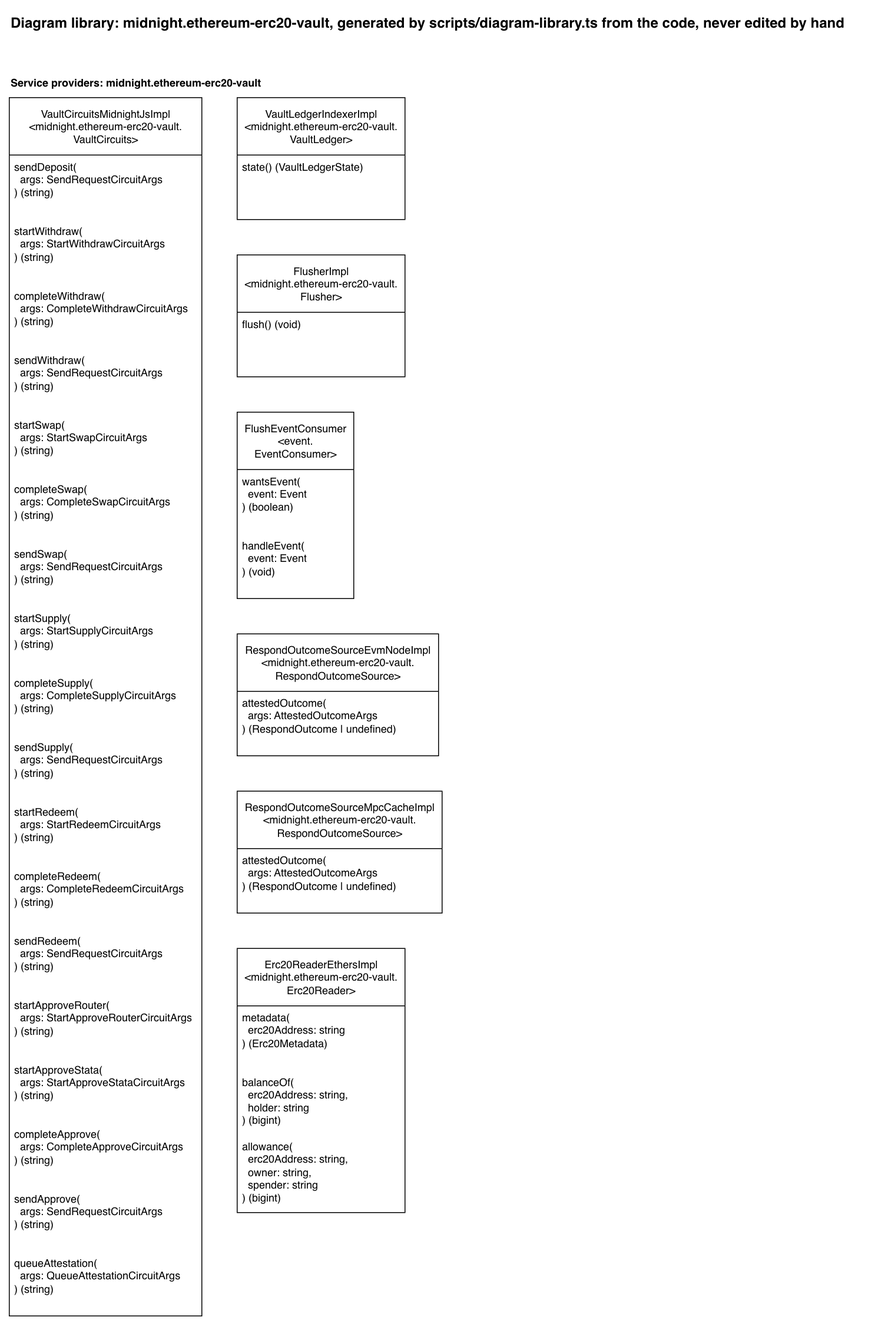
Before: docs/diagram-library/midnight/ethereum-erc20-vault/diagram-library.drawio.png, a diagram exported from draw.io (sig-net/full-stack-demo). Source tidied: cells renumbered, new cells last; positions are measured from the earlier drawing's top-left corner, leaving out a move shared by most shapes.
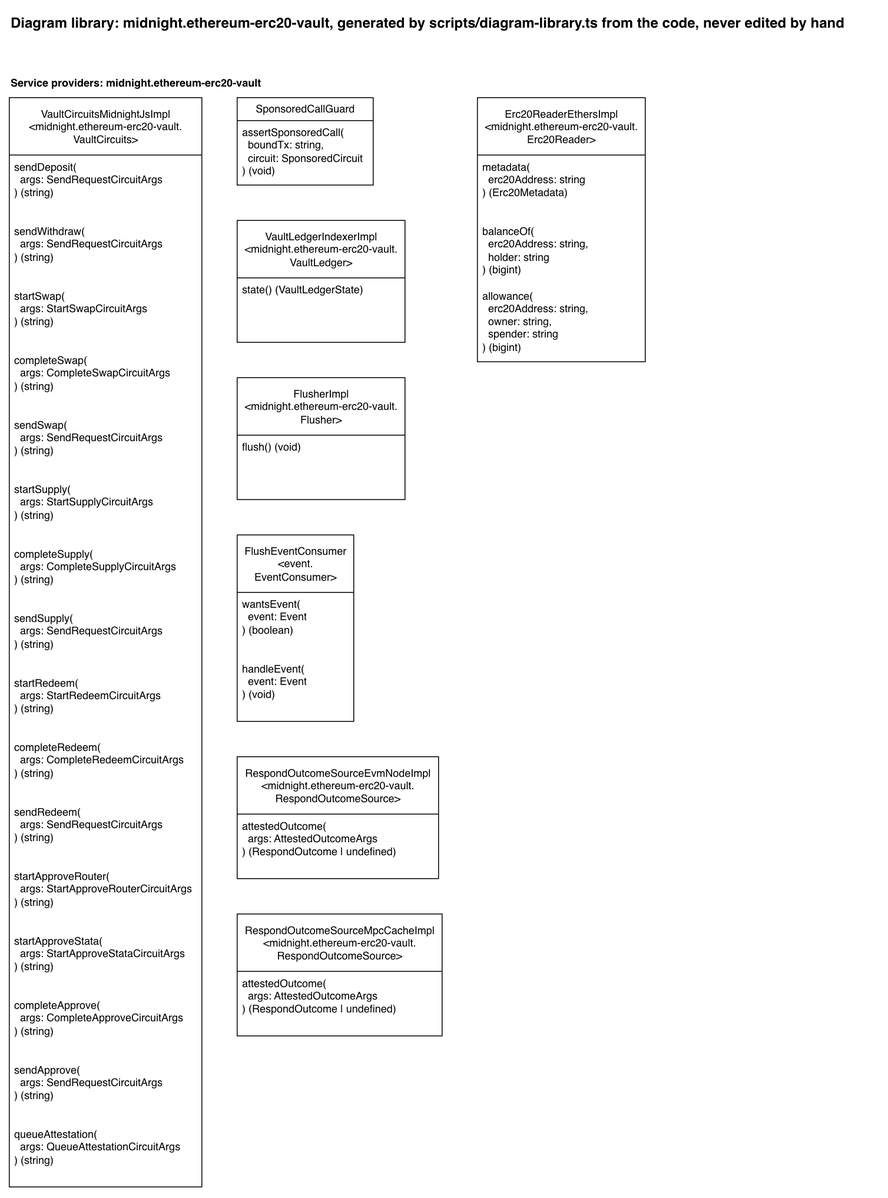
Above is the later version.

Change to the diagram source:
```diff
@@ -3,68 +3,68 @@
     <mxCell id="0" />
     <mxCell id="1" parent="0" />
     <mxCell id="2" value="Diagram library: midnight.ethereum-erc20-vault, generated by scripts/diagram-library.ts from the code, never edited by hand" style="text;html=1;fontStyle=1;fontSize=16;" parent="1" vertex="1">
-      <mxGeometry width="984" height="30" as="geometry" />
+      <mxGeometry y="-139" width="984" height="30" as="geometry" />
     </mxCell>
     <mxCell id="3" value="Service providers: midnight.ethereum-erc20-vault" style="text;html=1;fontStyle=1;" parent="1" vertex="1">
-      <mxGeometry y="70" width="309" height="20" as="geometry" />
+      <mxGeometry y="-69" width="309" height="20" as="geometry" />
     </mxCell>
     <mxCell id="4" value="VaultCircuitsMidnightJsImpl&lt;br&gt;&amp;lt;midnight.ethereum-erc20-vault.&lt;br&gt;VaultCircuits&amp;gt;" style="swimlane;fontStyle=0;horizontal=1;startSize=65;fillColor=default;html=1;fillStyle=solid;" parent="1" vertex="1">
-      <mxGeometry y="100" width="218" height="1379" as="geometry" />
+      <mxGeometry y="-39" width="218" height="1233" as="geometry" />
     </mxCell>
     <mxCell id="5" value="sendDeposit(&lt;br&gt;&amp;nbsp; args: SendRequestCircuitArgs&lt;br&gt;) (string)" style="text;strokeColor=none;fillColor=none;align=left;verticalAlign=top;spacingLeft=4;spacingRight=4;overflow=hidden;whiteSpace=wrap;html=1;" parent="4" vertex="1">
       <mxGeometry y="65" width="218" height="73" as="geometry" />
     </mxCell>
-    <mxCell id="6" value="startWithdraw(&lt;br&gt;&amp;nbsp; args: StartWithdrawCircuitArgs&lt;br&gt;) (string)" style="text;strokeColor=none;fillColor=none;align=left;verticalAlign=top;spacingLeft=4;spacingRight=4;overflow=hidden;whiteSpace=wrap;html=1;" parent="4" vertex="1">
-      <mxGeometry y="138" width="218" height="73" as="geometry" />
-    </mxCell>
-    <mxCell id="7" value="completeWithdraw(&lt;br&gt;&amp;nbsp; args: CompleteWithdrawCircuitArgs&lt;br&gt;) (string)" style="text;strokeColor=none;fillColor=none;align=left;verticalAlign=top;spacingLeft=4;spacingRight=4;overflow=hidden;whiteSpace=wrap;html=1;" parent="4" vertex="1">
-      <mxGeometry y="211" width="218" height="73" as="geometry" />
-    </mxCell>
     <mxCell id="8" value="sendWithdraw(&lt;br&gt;&amp;nbsp; args: SendRequestCircuitArgs&lt;br&gt;) (string)" style="text;strokeColor=none;fillColor=none;align=left;verticalAlign=top;spacingLeft=4;spacingRight=4;overflow=hidden;whiteSpace=wrap;html=1;" parent="4" vertex="1">
-      <mxGeometry y="284" width="218" height="73" as="geometry" />
+      <mxGeometry y="138" width="218" height="73" as="geometry" />
     </mxCell>
     <mxCell id="9" value="startSwap(&lt;br&gt;&amp;nbsp; args: StartSwapCircuitArgs&lt;br&gt;) (string)" style="text;strokeColor=none;fillColor=none;align=left;verticalAlign=top;spacingLeft=4;spacingRight=4;overflow=hidden;whiteSpace=wrap;html=1;" parent="4" vertex="1">
-      <mxGeometry y="357" width="218" height="73" as="geometry" />
+      <mxGeometry y="211" width="218" height="73" as="geometry" />
     </mxCell>
     <mxCell id="10" value="completeSwap(&lt;br&gt;&amp;nbsp; args: CompleteSwapCircuitArgs&lt;br&gt;) (string)" style="text;strokeColor=none;fillColor=none;align=left;verticalAlign=top;spacingLeft=4;spacingRight=4;overflow=hidden;whiteSpace=wrap;html=1;" parent="4" vertex="1">
-      <mxGeometry y="430" width="218" height="73" as="geometry" />
+      <mxGeometry y="284" width="218" height="73" as="geometry" />
     </mxCell>
     <mxCell id="11" value="sendSwap(&lt;br&gt;&amp;nbsp; args: SendRequestCircuitArgs&lt;br&gt;) (string)" style="text;strokeColor=none;fillColor=none;align=left;verticalAlign=top;spacingLeft=4;spacingRight=4;overflow=hidden;whiteSpace=wrap;html=1;" parent="4" vertex="1">
-      <mxGeometry y="503" width="218" height="73" as="geometry" />
+      <mxGeometry y="357" width="218" height="73" as="geometry" />
     </mxCell>
     <mxCell id="12" value="startSupply(&lt;br&gt;&amp;nbsp; args: StartSupplyCircuitArgs&lt;br&gt;) (string)" style="text;strokeColor=none;fillColor=none;align=left;verticalAlign=top;spacingLeft=4;spacingRight=4;overflow=hidden;whiteSpace=wrap;html=1;" parent="4" vertex="1">
-      <mxGeometry y="576" width="218" height="73" as="geometry" />
+      <mxGeometry y="430" width="218" height="73" as="geometry" />
     </mxCell>
     <mxCell id="13" value="completeSupply(&lt;br&gt;&amp;nbsp; args: CompleteSupplyCircuitArgs&lt;br&gt;) (string)" style="text;strokeColor=none;fillColor=none;align=left;verticalAlign=top;spacingLeft=4;spacingRight=4;overflow=hidden;whiteSpace=wrap;html=1;" parent="4" vertex="1">
-      <mxGeometry y="649" width="218" height="73" as="geometry" />
+      <mxGeometry y="503" width="218" height="73" as="geometry" />
     </mxCell>
     <mxCell id="14" value="sendSupply(&lt;br&gt;&amp;nbsp; args: SendRequestCircuitArgs&lt;br&gt;) (string)" style="text;strokeColor=none;fillColor=none;align=left;verticalAlign=top;spacingLeft=4;spacingRight=4;overflow=hidden;whiteSpace=wrap;html=1;" parent="4" vertex="1">
-      <mxGeometry y="722" width="218" height="73" as="geometry" />
+      <mxGeometry y="576" width="218" height="73" as="geometry" />
     </mxCell>
     <mxCell id="15" value="startRedeem(&lt;br&gt;&amp;nbsp; args: StartRedeemCircuitArgs&lt;br&gt;) (string)" style="text;strokeColor=none;fillColor=none;align=left;verticalAlign=top;spacingLeft=4;spacingRight=4;overflow=hidden;whiteSpace=wrap;html=1;" parent="4" vertex="1">
-      <mxGeometry y="795" width="218" height="73" as="geometry" />
+      <mxGeometry y="649" width="218" height="73" as="geometry" />
     </mxCell>
     <mxCell id="16" value="completeRedeem(&lt;br&gt;&amp;nbsp; args: CompleteRedeemCircuitArgs&lt;br&gt;) (string)" style="text;strokeColor=none;fillColor=none;align=left;verticalAlign=top;spacingLeft=4;spacingRight=4;overflow=hidden;whiteSpace=wrap;html=1;" parent="4" vertex="1">
-      <mxGeometry y="868" width="218" height="73" as="geometry" />
+      <mxGeometry y="722" width="218" height="73" as="geometry" />
     </mxCell>
     <mxCell id="17" value="sendRedeem(&lt;br&gt;&amp;nbsp; args: SendRequestCircuitArgs&lt;br&gt;) (string)" style="text;strokeColor=none;fillColor=none;align=left;verticalAlign=top;spacingLeft=4;spacingRight=4;overflow=hidden;whiteSpace=wrap;html=1;" parent="4" vertex="1">
-      <mxGeometry y="941" width="218" height="73" as="geometry" />
+      <mxGeometry y="795" width="218" height="73" as="geometry" />
     </mxCell>
     <mxCell id="18" value="startApproveRouter(&lt;br&gt;&amp;nbsp; args: StartApproveRouterCircuitArgs&lt;br&gt;) (string)" style="text;strokeColor=none;fillColor=none;align=left;verticalAlign=top;spacingLeft=4;spacingRight=4;overflow=hidden;whiteSpace=wrap;html=1;" parent="4" vertex="1">
-      <mxGeometry y="1014" width="218" height="73" as="geometry" />
+      <mxGeometry y="868" width="218" height="73" as="geometry" />
     </mxCell>
     <mxCell id="19" value="startApproveStata(&lt;br&gt;&amp;nbsp; args: StartApproveStataCircuitArgs&lt;br&gt;) (string)" style="text;strokeColor=none;fillColor=none;align=left;verticalAlign=top;spacingLeft=4;spacingRight=4;overflow=hidden;whiteSpace=wrap;html=1;" parent="4" vertex="1">
-      <mxGeometry y="1087" width="218" height="73" as="geometry" />
+      <mxGeometry y="941" width="218" height="73" as="geometry" />
     </mxCell>
     <mxCell id="20" value="completeApprove(&lt;br&gt;&amp;nbsp; args: CompleteApproveCircuitArgs&lt;br&gt;) (string)" style="text;strokeColor=none;fillColor=none;align=left;verticalAlign=top;spacingLeft=4;spacingRight=4;overflow=hidden;whiteSpace=wrap;html=1;" parent="4" vertex="1">
-      <mxGeometry y="1160" width="218" height="73" as="geometry" />
+      <mxGeometry y="1014" width="218" height="73" as="geometry" />
     </mxCell>
     <mxCell id="21" value="sendApprove(&lt;br&gt;&amp;nbsp; args: SendRequestCircuitArgs&lt;br&gt;) (string)" style="text;strokeColor=none;fillColor=none;align=left;verticalAlign=top;spacingLeft=4;spacingRight=4;overflow=hidden;whiteSpace=wrap;html=1;" parent="4" vertex="1">
-      <mxGeometry y="1233" width="218" height="73" as="geometry" />
+      <mxGeometry y="1087" width="218" height="73" as="geometry" />
     </mxCell>
     <mxCell id="22" value="queueAttestation(&lt;br&gt;&amp;nbsp; args: QueueAttestationCircuitArgs&lt;br&gt;) (string)" style="text;strokeColor=none;fillColor=none;align=left;verticalAlign=top;spacingLeft=4;spacingRight=4;overflow=hidden;whiteSpace=wrap;html=1;" parent="4" vertex="1">
-      <mxGeometry y="1306" width="218" height="73" as="geometry" />
+      <mxGeometry y="1160" width="218" height="73" as="geometry" />
     </mxCell>
+    <mxCell id="38" value="SponsoredCallGuard" style="swimlane;fontStyle=0;horizontal=1;startSize=26;fillColor=default;html=1;fillStyle=solid;" parent="1" vertex="1">
+      <mxGeometry x="258" y="-39" width="154" height="99" as="geometry" />
+    </mxCell>
+    <mxCell id="39" value="assertSponsoredCall(&lt;br&gt;&amp;nbsp; boundTx: string,&lt;br&gt;&amp;nbsp; circuit: SponsoredCircuit&lt;br&gt;) (void)" style="text;strokeColor=none;fillColor=none;align=left;verticalAlign=top;spacingLeft=4;spacingRight=4;overflow=hidden;whiteSpace=wrap;html=1;" parent="38" vertex="1">
+      <mxGeometry y="26" width="154" height="73" as="geometry" />
+    </mxCell>
     <mxCell id="23" value="VaultLedgerIndexerImpl&lt;br&gt;&amp;lt;midnight.ethereum-erc20-vault.&lt;br&gt;VaultLedger&amp;gt;" style="swimlane;fontStyle=0;horizontal=1;startSize=65;fillColor=default;html=1;fillStyle=solid;" parent="1" vertex="1">
       <mxGeometry x="258" y="100" width="190" height="138" as="geometry" />
     </mxCell>
@@ -99,7 +99,7 @@
       <mxGeometry y="65" width="232" height="73" as="geometry" />
     </mxCell>
     <mxCell id="34" value="Erc20ReaderEthersImpl&lt;br&gt;&amp;lt;midnight.ethereum-erc20-vault.&lt;br&gt;Erc20Reader&amp;gt;" style="swimlane;fontStyle=0;horizontal=1;startSize=65;fillColor=default;html=1;fillStyle=solid;" parent="1" vertex="1">
-      <mxGeometry x="258" y="1063" width="190" height="299" as="geometry" />
+      <mxGeometry x="530" y="-39" width="190" height="299" as="geometry" />
     </mxCell>
     <mxCell id="35" value="metadata(&lt;br&gt;&amp;nbsp; erc20Address: string&lt;br&gt;) (Erc20Metadata)" style="text;strokeColor=none;fillColor=none;align=left;verticalAlign=top;spacingLeft=4;spacingRight=4;overflow=hidden;whiteSpace=wrap;html=1;" parent="34" vertex="1">
       <mxGeometry y="65" width="190" height="73" as="geometry" />
```
